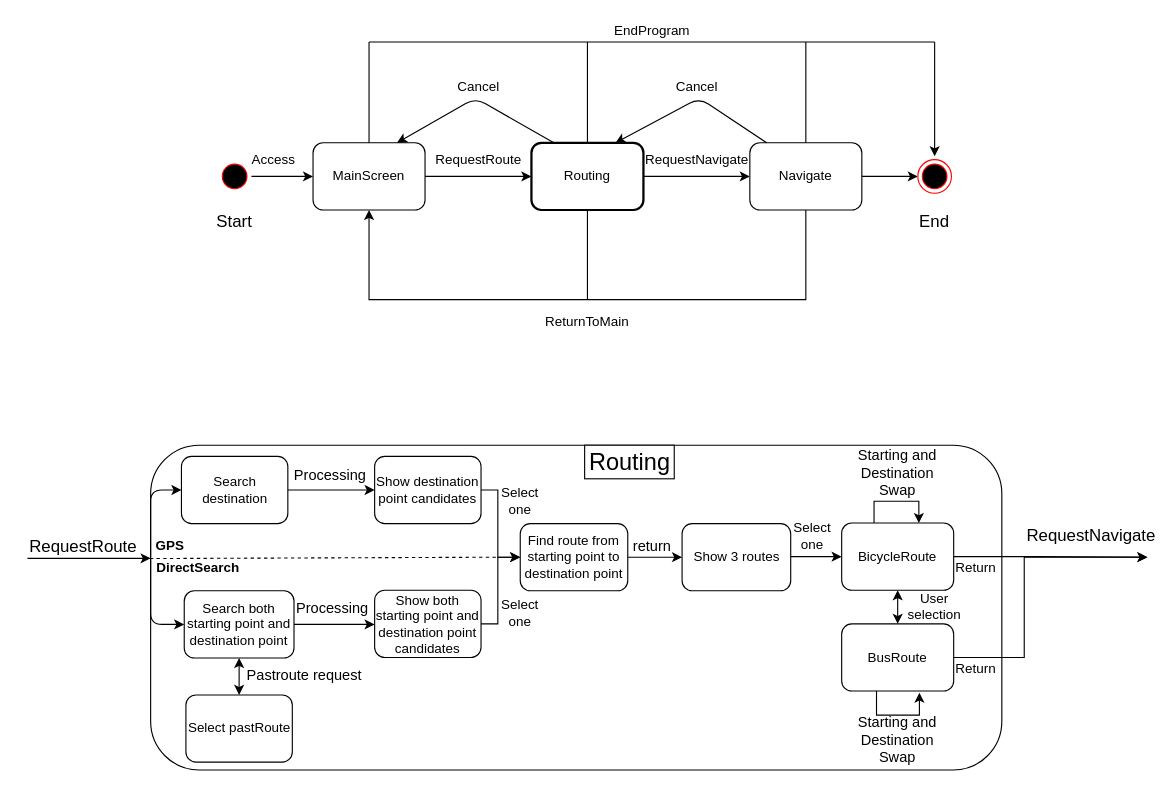
Before: 2nd_homework/state_diagram/state_diagram.drawio in chisacam/CWNU19SE_2B, a draw.io diagram. Source tidied: cells renumbered, new cells numbered last; positions are measured from the earlier drawing's top-left corner, leaving out a move shared by most shapes. Both pictures are drawn from the tidied source at 112%, with x=0, y=0 at pixel (27, 19).
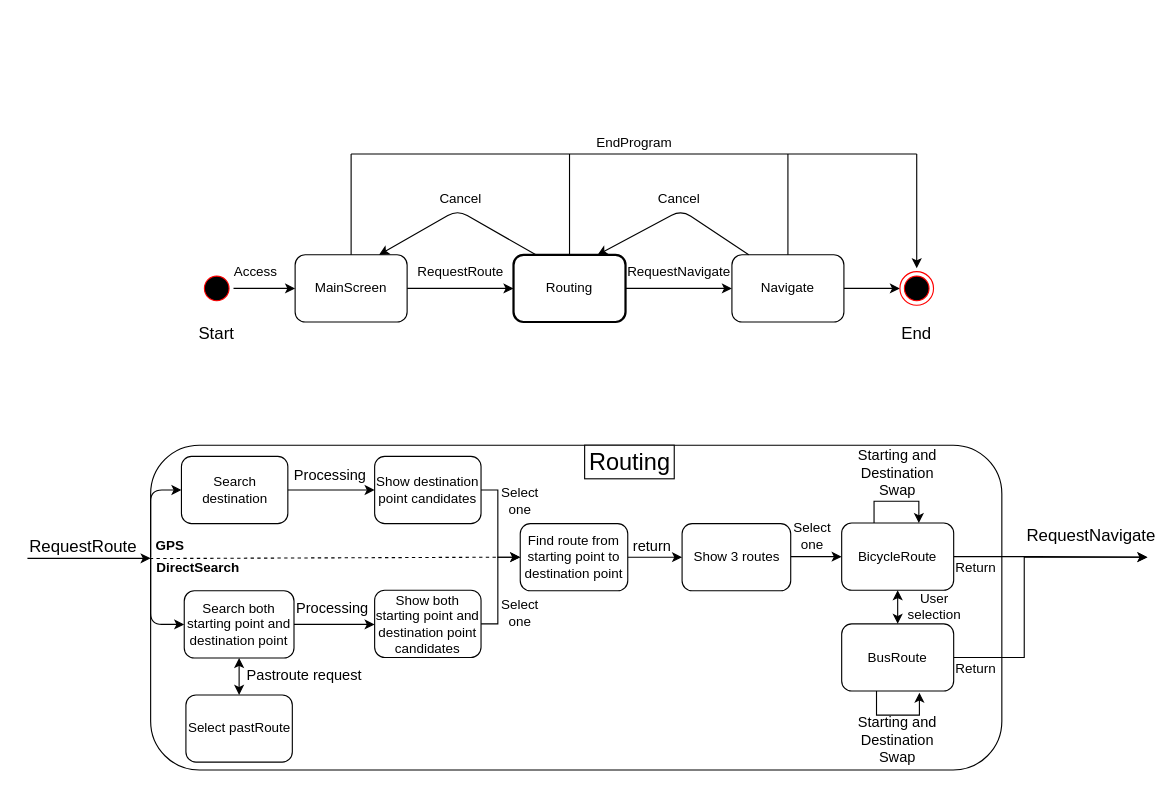
The same diagram, later.

What changed in the source:
```diff
@@
     <mxCell id="4" style="ellipse;html=1;shape=startState;fillColor=#000000;strokeColor=#ff0000;" parent="1" vertex="1">
-      <mxGeometry x="170" y="125" width="30" height="30" as="geometry" />
+      <mxGeometry x="154" y="225" width="30" height="30" as="geometry" />
     </mxCell>
@@
     <mxCell id="6" value="MainScreen" style="rounded=1;whiteSpace=wrap;html=1;" parent="1" vertex="1">
-      <mxGeometry x="255" y="110" width="100" height="60" as="geometry" />
+      <mxGeometry x="239" y="210" width="100" height="60" as="geometry" />
     </mxCell>
@@
     <mxCell id="8" value="Routing" style="rounded=1;whiteSpace=wrap;html=1;strokeWidth=2;" parent="1" vertex="1">
-      <mxGeometry x="450" y="110" width="100" height="60" as="geometry" />
+      <mxGeometry x="434" y="210" width="100" height="60" as="geometry" />
     </mxCell>
-    <mxCell id="9" style="edgeStyle=orthogonalEdgeStyle;rounded=0;jettySize=auto;html=1;entryX=0.5;entryY=1;entryDx=0;entryDy=0;" parent="1" edge="1" source="11" target="6">
-      <mxGeometry relative="1" as="geometry">
-        <Array as="points">
-          <mxPoint x="695" y="250" />
-          <mxPoint x="305" y="250" />
-        </Array>
-      </mxGeometry>
-    </mxCell>
@@
     <mxCell id="11" value="Navigate" style="rounded=1;whiteSpace=wrap;html=1;" parent="1" vertex="1">
-      <mxGeometry x="645" y="110" width="100" height="60" as="geometry" />
+      <mxGeometry x="629" y="210" width="100" height="60" as="geometry" />
     </mxCell>
@@
     <mxCell id="13" style="ellipse;html=1;shape=endState;fillColor=#000000;strokeColor=#ff0000;" parent="1" vertex="1">
-      <mxGeometry x="795" y="125" width="30" height="30" as="geometry" />
+      <mxGeometry x="779" y="225" width="30" height="30" as="geometry" />
     </mxCell>
@@
     <mxCell id="23" value="Access" style="text;html=1;strokeColor=none;fillColor=none;align=center;verticalAlign=middle;whiteSpace=wrap;rounded=0;" parent="1" vertex="1">
-      <mxGeometry x="200" y="115" width="40" height="20" as="geometry" />
+      <mxGeometry x="184" y="215" width="40" height="20" as="geometry" />
     </mxCell>
     <mxCell id="24" value="RequestRoute" style="text;html=1;strokeColor=none;fillColor=none;align=center;verticalAlign=middle;whiteSpace=wrap;rounded=0;" parent="1" vertex="1">
-      <mxGeometry x="382.5" y="115" width="40" height="20" as="geometry" />
+      <mxGeometry x="366.5" y="215" width="40" height="20" as="geometry" />
     </mxCell>
-    <mxCell id="25" style="endArrow=none;html=1;entryX=0.5;entryY=1;entryDx=0;entryDy=0;" parent="1" edge="1" target="8">
-      <mxGeometry relative="1" as="geometry">
-        <mxPoint x="500" y="250" as="sourcePoint" />
-      </mxGeometry>
-    </mxCell>
     <mxCell id="26" value="RequestNavigate" style="text;html=1;strokeColor=none;fillColor=none;align=center;verticalAlign=middle;whiteSpace=wrap;rounded=0;" parent="1" vertex="1">
-      <mxGeometry x="577.5" y="115" width="40" height="20" as="geometry" />
+      <mxGeometry x="561.5" y="215" width="40" height="20" as="geometry" />
     </mxCell>
-    <mxCell id="27" value="ReturnToMain" style="text;html=1;strokeColor=none;fillColor=none;align=center;verticalAlign=middle;whiteSpace=wrap;rounded=0;" parent="1" vertex="1">
-      <mxGeometry x="480" y="260" width="40" height="20" as="geometry" />
-    </mxCell>
     <mxCell id="28" value="Cancel" style="text;html=1;strokeColor=none;fillColor=none;align=center;verticalAlign=middle;whiteSpace=wrap;rounded=0;" parent="1" vertex="1">
-      <mxGeometry x="577.5" y="50" width="40" height="20" as="geometry" />
+      <mxGeometry x="561.5" y="150" width="40" height="20" as="geometry" />
     </mxCell>
     <mxCell id="29" style="endArrow=none;html=1;exitX=0.5;exitY=0;exitDx=0;exitDy=0;" parent="1" edge="1" source="6">
       <mxGeometry relative="1" as="geometry">
-        <mxPoint x="305" y="20" as="targetPoint" />
+        <mxPoint x="289" y="120" as="targetPoint" />
       </mxGeometry>
     </mxCell>
     <mxCell id="30" style="endArrow=none;html=1;exitX=0.5;exitY=0;exitDx=0;exitDy=0;" parent="1" edge="1" source="8">
       <mxGeometry relative="1" as="geometry">
-        <mxPoint x="500" y="20" as="targetPoint" />
+        <mxPoint x="484" y="120" as="targetPoint" />
       </mxGeometry>
     </mxCell>
     <mxCell id="31" style="endArrow=none;html=1;" parent="1" edge="1">
       <mxGeometry relative="1" as="geometry">
-        <mxPoint x="305" y="20" as="sourcePoint" />
-        <mxPoint x="810" y="20" as="targetPoint" />
+        <mxPoint x="289" y="120" as="sourcePoint" />
+        <mxPoint x="794" y="120" as="targetPoint" />
       </mxGeometry>
     </mxCell>
     <mxCell id="32" style="endArrow=none;html=1;" parent="1" edge="1">
       <mxGeometry relative="1" as="geometry">
-        <mxPoint x="695" y="110" as="sourcePoint" />
-        <mxPoint x="695" y="20" as="targetPoint" />
+        <mxPoint x="679" y="210" as="sourcePoint" />
+        <mxPoint x="679" y="120" as="targetPoint" />
       </mxGeometry>
     </mxCell>
     <mxCell id="33" style="endArrow=classic;html=1;" parent="1" edge="1">
       <mxGeometry relative="1" as="geometry">
-        <mxPoint x="810" y="20" as="sourcePoint" />
-        <mxPoint x="810" y="122" as="targetPoint" />
+        <mxPoint x="794" y="120" as="sourcePoint" />
+        <mxPoint x="794" y="222" as="targetPoint" />
       </mxGeometry>
     </mxCell>
     <mxCell id="34" value="EndProgram" style="text;html=1;strokeColor=none;fillColor=none;align=center;verticalAlign=middle;whiteSpace=wrap;rounded=0;" parent="1" vertex="1">
-      <mxGeometry x="537.5" width="40" height="20" as="geometry" />
+      <mxGeometry x="521.5" y="100" width="40" height="20" as="geometry" />
     </mxCell>
@@
     <mxCell id="44" value="Start" style="text;html=1;strokeColor=none;fillColor=none;align=center;verticalAlign=middle;whiteSpace=wrap;rounded=0;fontSize=15;" parent="1" vertex="1">
-      <mxGeometry x="165" y="170" width="40" height="20" as="geometry" />
+      <mxGeometry x="149" y="270" width="40" height="20" as="geometry" />
     </mxCell>
     <mxCell id="45" value="End" style="text;html=1;strokeColor=none;fillColor=none;align=center;verticalAlign=middle;whiteSpace=wrap;rounded=0;fontSize=15;" parent="1" vertex="1">
-      <mxGeometry x="790" y="170" width="40" height="20" as="geometry" />
+      <mxGeometry x="774" y="270" width="40" height="20" as="geometry" />
     </mxCell>
@@
     <mxCell id="52" style="endArrow=classic;html=1;entryX=0.75;entryY=0;entryDx=0;entryDy=0;" parent="1" edge="1" target="6">
       <mxGeometry relative="1" as="geometry">
-        <mxPoint x="470" y="110" as="sourcePoint" />
+        <mxPoint x="454" y="210" as="sourcePoint" />
         <Array as="points">
-          <mxPoint x="400" y="70" />
+          <mxPoint x="384" y="170" />
         </Array>
       </mxGeometry>
     </mxCell>
     <mxCell id="53" style="endArrow=classic;html=1;entryX=0.75;entryY=0;entryDx=0;entryDy=0;exitX=0.15;exitY=0;exitDx=0;exitDy=0;exitPerimeter=0;" parent="1" edge="1" source="11" target="8">
       <mxGeometry relative="1" as="geometry">
         <Array as="points">
-          <mxPoint x="600" y="70" />
+          <mxPoint x="584" y="170" />
         </Array>
       </mxGeometry>
     </mxCell>
     <mxCell id="54" value="Cancel" style="text;html=1;strokeColor=none;fillColor=none;align=center;verticalAlign=middle;whiteSpace=wrap;rounded=0;" parent="1" vertex="1">
-      <mxGeometry x="382.5" y="50" width="40" height="20" as="geometry" />
+      <mxGeometry x="366.5" y="150" width="40" height="20" as="geometry" />
     </mxCell>
```
